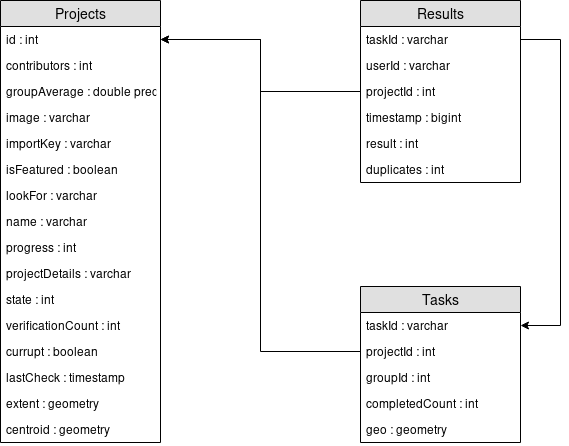
Above: docs/_static/img/database_schema-analytics.png in mapswipe/python-mapswipe-workers (draw.io), before the change. Source tidied: cells renumbered, new cells last; positions are measured from the earlier drawing's top-left corner, leaving out a move shared by most shapes.
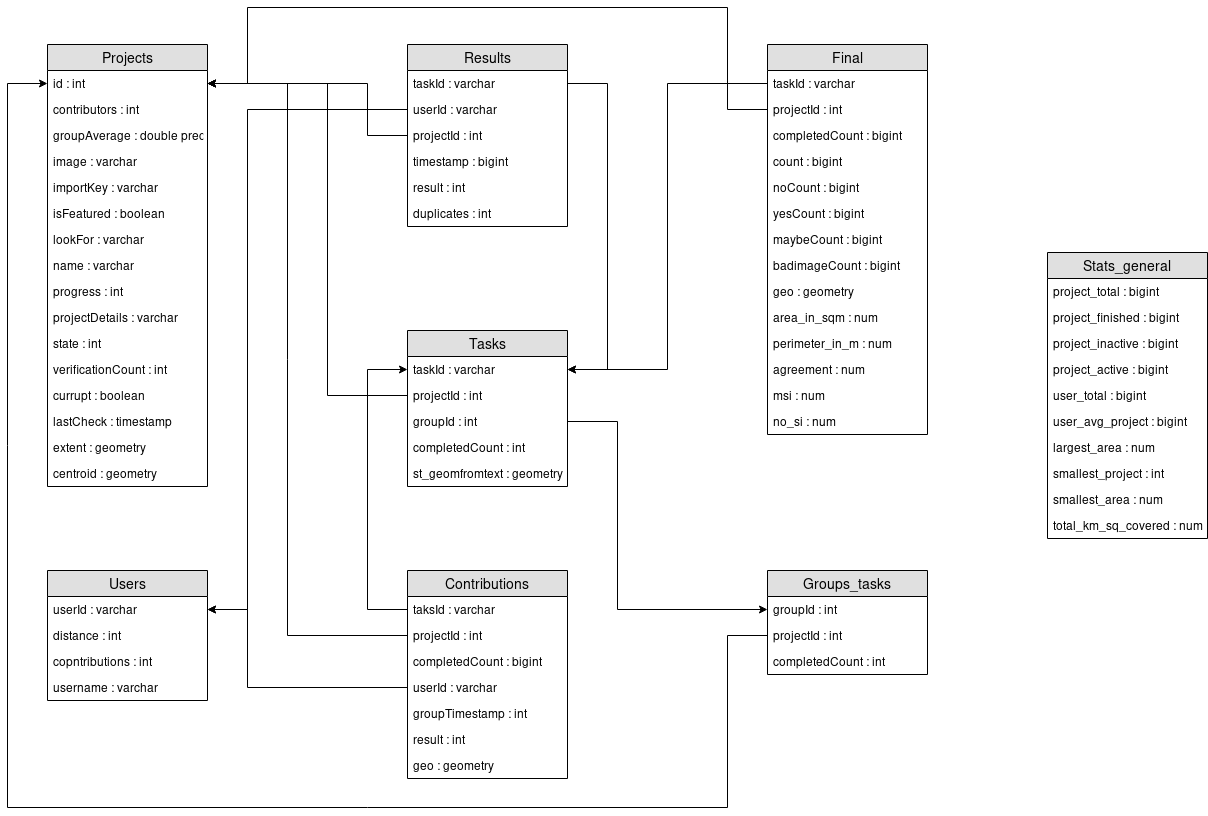
The same file after the commit.

Commit message:
changed analytics database schema

What changed in the source:
```diff
@@ -62,7 +62,12 @@
       </mxGeometry>
     </mxCell>
     <mxCell id="20" style="edgeStyle=orthogonalEdgeStyle;rounded=0;jettySize=auto;html=1;entryX=1;entryY=0.5;entryDx=0;entryDy=0;" parent="1" edge="1" source="21" target="3">
-      <mxGeometry relative="1" as="geometry" />
+      <mxGeometry relative="1" as="geometry">
+        <Array as="points">
+          <mxPoint x="320" y="91" />
+          <mxPoint x="320" y="39" />
+        </Array>
+      </mxGeometry>
     </mxCell>
     <mxCell id="21" value="Results" style="swimlane;fontStyle=0;horizontal=1;startSize=26;fillColor=#e0e0e0;swimlaneFillColor=#ffffff;align=center;fontSize=14;" parent="1" vertex="1">
       <mxGeometry x="360" width="160" height="182" as="geometry" />
@@ -100,11 +105,208 @@
     <mxCell id="32" value="completedCount : int" style="text;strokeColor=none;fillColor=none;spacingLeft=4;spacingRight=4;overflow=hidden;fontSize=12;" parent="28" vertex="1">
       <mxGeometry y="104" width="160" height="26" as="geometry" />
     </mxCell>
-    <mxCell id="33" value="geo : geometry" style="text;strokeColor=none;fillColor=none;spacingLeft=4;spacingRight=4;overflow=hidden;fontSize=12;" parent="28" vertex="1">
+    <mxCell id="33" value="st_geomfromtext : geometry" style="text;strokeColor=none;fillColor=none;spacingLeft=4;spacingRight=4;overflow=hidden;fontSize=12;" parent="28" vertex="1">
       <mxGeometry y="130" width="160" height="26" as="geometry" />
     </mxCell>
     <mxCell id="34" style="edgeStyle=orthogonalEdgeStyle;rounded=0;jettySize=auto;html=1;entryX=1;entryY=0.5;entryDx=0;entryDy=0;exitX=0;exitY=0.5;exitDx=0;exitDy=0;" parent="1" edge="1" source="30" target="3">
-      <mxGeometry relative="1" as="geometry" />
+      <mxGeometry relative="1" as="geometry">
+        <Array as="points">
+          <mxPoint x="280" y="351" />
+          <mxPoint x="280" y="39" />
+        </Array>
+      </mxGeometry>
     </mxCell>
+    <mxCell id="35" value="Contributions" style="swimlane;fontStyle=0;horizontal=1;startSize=26;fillColor=#e0e0e0;swimlaneFillColor=#ffffff;align=center;fontSize=14;" parent="1" vertex="1">
+      <mxGeometry x="360" y="526" width="160" height="208" as="geometry" />
+    </mxCell>
+    <mxCell id="36" value="taksId : varchar" style="text;strokeColor=none;fillColor=none;spacingLeft=4;spacingRight=4;overflow=hidden;points=[[0,0.5],[1,0.5]];portConstraint=eastwest;fontSize=12;" parent="35" vertex="1">
+      <mxGeometry y="26" width="160" height="26" as="geometry" />
+    </mxCell>
+    <mxCell id="37" value="projectId : int" style="text;strokeColor=none;fillColor=none;spacingLeft=4;spacingRight=4;overflow=hidden;points=[[0,0.5],[1,0.5]];portConstraint=eastwest;fontSize=12;" parent="35" vertex="1">
+      <mxGeometry y="52" width="160" height="26" as="geometry" />
+    </mxCell>
+    <mxCell id="38" value="completedCount : bigint" style="text;strokeColor=none;fillColor=none;spacingLeft=4;spacingRight=4;overflow=hidden;fontSize=12;" parent="35" vertex="1">
+      <mxGeometry y="78" width="160" height="26" as="geometry" />
+    </mxCell>
+    <mxCell id="39" value="userId : varchar" style="text;strokeColor=none;fillColor=none;spacingLeft=4;spacingRight=4;overflow=hidden;points=[[0,0.5],[1,0.5]];portConstraint=eastwest;fontSize=12;" parent="35" vertex="1">
+      <mxGeometry y="104" width="160" height="26" as="geometry" />
+    </mxCell>
+    <mxCell id="40" value="groupTimestamp : int" style="text;strokeColor=none;fillColor=none;spacingLeft=4;spacingRight=4;overflow=hidden;fontSize=12;" parent="35" vertex="1">
+      <mxGeometry y="130" width="160" height="26" as="geometry" />
+    </mxCell>
+    <mxCell id="41" value="result : int" style="text;strokeColor=none;fillColor=none;spacingLeft=4;spacingRight=4;overflow=hidden;fontSize=12;" parent="35" vertex="1">
+      <mxGeometry y="156" width="160" height="26" as="geometry" />
+    </mxCell>
+    <mxCell id="42" value="geo : geometry" style="text;strokeColor=none;fillColor=none;spacingLeft=4;spacingRight=4;overflow=hidden;fontSize=12;" parent="35" vertex="1">
+      <mxGeometry y="182" width="160" height="26" as="geometry" />
+    </mxCell>
+    <mxCell id="43" value="Users" style="swimlane;fontStyle=0;horizontal=1;startSize=26;fillColor=#e0e0e0;swimlaneFillColor=#ffffff;align=center;fontSize=14;" parent="1" vertex="1">
+      <mxGeometry y="526" width="160" height="130" as="geometry" />
+    </mxCell>
+    <mxCell id="44" value="userId : varchar" style="text;strokeColor=none;fillColor=none;spacingLeft=4;spacingRight=4;overflow=hidden;points=[[0,0.5],[1,0.5]];portConstraint=eastwest;fontSize=12;" parent="43" vertex="1">
+      <mxGeometry y="26" width="160" height="26" as="geometry" />
+    </mxCell>
+    <mxCell id="45" value="distance : int" style="text;strokeColor=none;fillColor=none;spacingLeft=4;spacingRight=4;overflow=hidden;fontSize=12;" parent="43" vertex="1">
+      <mxGeometry y="52" width="160" height="26" as="geometry" />
+    </mxCell>
+    <mxCell id="46" value="copntributions : int" style="text;strokeColor=none;fillColor=none;spacingLeft=4;spacingRight=4;overflow=hidden;fontSize=12;" parent="43" vertex="1">
+      <mxGeometry y="78" width="160" height="26" as="geometry" />
+    </mxCell>
+    <mxCell id="47" value="username : varchar" style="text;strokeColor=none;fillColor=none;spacingLeft=4;spacingRight=4;overflow=hidden;fontSize=12;" parent="43" vertex="1">
+      <mxGeometry y="104" width="160" height="26" as="geometry" />
+    </mxCell>
+    <mxCell id="48" value="Stats_general" style="swimlane;fontStyle=0;horizontal=1;startSize=26;fillColor=#e0e0e0;swimlaneFillColor=#ffffff;align=center;fontSize=14;" parent="1" vertex="1">
+      <mxGeometry x="1000" y="208" width="160" height="286" as="geometry" />
+    </mxCell>
+    <mxCell id="49" value="project_total : bigint" style="text;strokeColor=none;fillColor=none;spacingLeft=4;spacingRight=4;overflow=hidden;fontSize=12;" parent="48" vertex="1">
+      <mxGeometry y="26" width="160" height="26" as="geometry" />
+    </mxCell>
+    <mxCell id="50" value="project_finished : bigint" style="text;strokeColor=none;fillColor=none;spacingLeft=4;spacingRight=4;overflow=hidden;fontSize=12;" parent="48" vertex="1">
+      <mxGeometry y="52" width="160" height="26" as="geometry" />
+    </mxCell>
+    <mxCell id="51" value="project_inactive : bigint" style="text;strokeColor=none;fillColor=none;spacingLeft=4;spacingRight=4;overflow=hidden;fontSize=12;" parent="48" vertex="1">
+      <mxGeometry y="78" width="160" height="26" as="geometry" />
+    </mxCell>
+    <mxCell id="52" value="project_active : bigint" style="text;strokeColor=none;fillColor=none;spacingLeft=4;spacingRight=4;overflow=hidden;fontSize=12;" parent="48" vertex="1">
+      <mxGeometry y="104" width="160" height="26" as="geometry" />
+    </mxCell>
+    <mxCell id="53" value="user_total : bigint" style="text;strokeColor=none;fillColor=none;spacingLeft=4;spacingRight=4;overflow=hidden;fontSize=12;" parent="48" vertex="1">
+      <mxGeometry y="130" width="160" height="26" as="geometry" />
+    </mxCell>
+    <mxCell id="54" value="user_avg_project : bigint" style="text;strokeColor=none;fillColor=none;spacingLeft=4;spacingRight=4;overflow=hidden;fontSize=12;" parent="48" vertex="1">
+      <mxGeometry y="156" width="160" height="26" as="geometry" />
+    </mxCell>
+    <mxCell id="55" value="largest_area : num" style="text;strokeColor=none;fillColor=none;spacingLeft=4;spacingRight=4;overflow=hidden;fontSize=12;" parent="48" vertex="1">
+      <mxGeometry y="182" width="160" height="26" as="geometry" />
+    </mxCell>
+    <mxCell id="56" value="smallest_project : int" style="text;strokeColor=none;fillColor=none;spacingLeft=4;spacingRight=4;overflow=hidden;fontSize=12;" parent="48" vertex="1">
+      <mxGeometry y="208" width="160" height="26" as="geometry" />
+    </mxCell>
+    <mxCell id="57" value="smallest_area : num" style="text;strokeColor=none;fillColor=none;spacingLeft=4;spacingRight=4;overflow=hidden;fontSize=12;" parent="48" vertex="1">
+      <mxGeometry y="234" width="160" height="26" as="geometry" />
+    </mxCell>
+    <mxCell id="58" value="total_km_sq_covered : num" style="text;strokeColor=none;fillColor=none;spacingLeft=4;spacingRight=4;overflow=hidden;fontSize=12;" parent="48" vertex="1">
+      <mxGeometry y="260" width="160" height="26" as="geometry" />
+    </mxCell>
+    <mxCell id="59" value="Groups_tasks" style="swimlane;fontStyle=0;horizontal=1;startSize=26;fillColor=#e0e0e0;swimlaneFillColor=#ffffff;align=center;fontSize=14;" parent="1" vertex="1">
+      <mxGeometry x="720" y="526" width="160" height="104" as="geometry" />
+    </mxCell>
+    <mxCell id="60" value="groupId : int" style="text;strokeColor=none;fillColor=none;spacingLeft=4;spacingRight=4;overflow=hidden;points=[[0,0.5],[1,0.5]];portConstraint=eastwest;fontSize=12;" parent="59" vertex="1">
+      <mxGeometry y="26" width="160" height="26" as="geometry" />
+    </mxCell>
+    <mxCell id="61" value="projectId : int" style="text;strokeColor=none;fillColor=none;spacingLeft=4;spacingRight=4;overflow=hidden;points=[[0,0.5],[1,0.5]];portConstraint=eastwest;fontSize=12;" parent="59" vertex="1">
+      <mxGeometry y="52" width="160" height="26" as="geometry" />
+    </mxCell>
+    <mxCell id="62" value="completedCount : int" style="text;strokeColor=none;fillColor=none;spacingLeft=4;spacingRight=4;overflow=hidden;fontSize=12;" parent="59" vertex="1">
+      <mxGeometry y="78" width="160" height="26" as="geometry" />
+    </mxCell>
+    <mxCell id="63" value="Final" style="swimlane;fontStyle=0;horizontal=1;startSize=26;fillColor=#e0e0e0;swimlaneFillColor=#ffffff;align=center;fontSize=14;" parent="1" vertex="1">
+      <mxGeometry x="720" width="160" height="390" as="geometry" />
+    </mxCell>
+    <mxCell id="64" value="taskId : varchar" style="text;strokeColor=none;fillColor=none;spacingLeft=4;spacingRight=4;overflow=hidden;points=[[0,0.5],[1,0.5]];portConstraint=eastwest;fontSize=12;" parent="63" vertex="1">
+      <mxGeometry y="26" width="160" height="26" as="geometry" />
+    </mxCell>
+    <mxCell id="65" value="projectId : int" style="text;strokeColor=none;fillColor=none;spacingLeft=4;spacingRight=4;overflow=hidden;points=[[0,0.5],[1,0.5]];portConstraint=eastwest;fontSize=12;" parent="63" vertex="1">
+      <mxGeometry y="52" width="160" height="26" as="geometry" />
+    </mxCell>
+    <mxCell id="66" value="completedCount : bigint" style="text;strokeColor=none;fillColor=none;spacingLeft=4;spacingRight=4;overflow=hidden;fontSize=12;" parent="63" vertex="1">
+      <mxGeometry y="78" width="160" height="26" as="geometry" />
+    </mxCell>
+    <mxCell id="67" value="count : bigint" style="text;strokeColor=none;fillColor=none;spacingLeft=4;spacingRight=4;overflow=hidden;fontSize=12;" parent="63" vertex="1">
+      <mxGeometry y="104" width="160" height="26" as="geometry" />
+    </mxCell>
+    <mxCell id="68" value="noCount : bigint" style="text;strokeColor=none;fillColor=none;spacingLeft=4;spacingRight=4;overflow=hidden;fontSize=12;" parent="63" vertex="1">
+      <mxGeometry y="130" width="160" height="26" as="geometry" />
+    </mxCell>
+    <mxCell id="69" value="yesCount : bigint" style="text;strokeColor=none;fillColor=none;spacingLeft=4;spacingRight=4;overflow=hidden;fontSize=12;" parent="63" vertex="1">
+      <mxGeometry y="156" width="160" height="26" as="geometry" />
+    </mxCell>
+    <mxCell id="70" value="maybeCount : bigint" style="text;strokeColor=none;fillColor=none;spacingLeft=4;spacingRight=4;overflow=hidden;fontSize=12;" parent="63" vertex="1">
+      <mxGeometry y="182" width="160" height="26" as="geometry" />
+    </mxCell>
+    <mxCell id="71" value="badimageCount : bigint" style="text;strokeColor=none;fillColor=none;spacingLeft=4;spacingRight=4;overflow=hidden;fontSize=12;" parent="63" vertex="1">
+      <mxGeometry y="208" width="160" height="26" as="geometry" />
+    </mxCell>
+    <mxCell id="72" value="geo : geometry" style="text;strokeColor=none;fillColor=none;spacingLeft=4;spacingRight=4;overflow=hidden;fontSize=12;" parent="63" vertex="1">
+      <mxGeometry y="234" width="160" height="26" as="geometry" />
+    </mxCell>
+    <mxCell id="73" value="area_in_sqm : num" style="text;strokeColor=none;fillColor=none;spacingLeft=4;spacingRight=4;overflow=hidden;fontSize=12;" parent="63" vertex="1">
+      <mxGeometry y="260" width="160" height="26" as="geometry" />
+    </mxCell>
+    <mxCell id="74" value="perimeter_in_m : num" style="text;strokeColor=none;fillColor=none;spacingLeft=4;spacingRight=4;overflow=hidden;fontSize=12;" parent="63" vertex="1">
+      <mxGeometry y="286" width="160" height="26" as="geometry" />
+    </mxCell>
+    <mxCell id="75" value="agreement : num" style="text;strokeColor=none;fillColor=none;spacingLeft=4;spacingRight=4;overflow=hidden;fontSize=12;" parent="63" vertex="1">
+      <mxGeometry y="312" width="160" height="26" as="geometry" />
+    </mxCell>
+    <mxCell id="76" value="msi : num" style="text;strokeColor=none;fillColor=none;spacingLeft=4;spacingRight=4;overflow=hidden;fontSize=12;" parent="63" vertex="1">
+      <mxGeometry y="338" width="160" height="26" as="geometry" />
+    </mxCell>
+    <mxCell id="77" value="no_si : num" style="text;strokeColor=none;fillColor=none;spacingLeft=4;spacingRight=4;overflow=hidden;fontSize=12;" parent="63" vertex="1">
+      <mxGeometry y="364" width="160" height="26" as="geometry" />
+    </mxCell>
+    <mxCell id="78" style="edgeStyle=orthogonalEdgeStyle;rounded=0;jettySize=auto;html=1;exitX=0;exitY=0.5;exitDx=0;exitDy=0;" parent="1" edge="1" source="64" target="29">
+      <mxGeometry relative="1" as="geometry" />
+    </mxCell>
+    <mxCell id="79" style="edgeStyle=orthogonalEdgeStyle;rounded=0;jettySize=auto;html=1;exitX=0;exitY=0.5;exitDx=0;exitDy=0;" parent="1" edge="1" source="65" target="3">
+      <mxGeometry relative="1" as="geometry">
+        <Array as="points">
+          <mxPoint x="680" y="65" />
+          <mxPoint x="680" y="-37" />
+          <mxPoint x="200" y="-37" />
+          <mxPoint x="200" y="39" />
+        </Array>
+      </mxGeometry>
+    </mxCell>
+    <mxCell id="80" style="edgeStyle=orthogonalEdgeStyle;rounded=0;jettySize=auto;html=1;exitX=0;exitY=0.5;exitDx=0;exitDy=0;entryX=0;entryY=0.5;entryDx=0;entryDy=0;" parent="1" edge="1" source="36" target="29">
+      <mxGeometry relative="1" as="geometry">
+        <Array as="points">
+          <mxPoint x="320" y="565" />
+          <mxPoint x="320" y="325" />
+        </Array>
+      </mxGeometry>
+    </mxCell>
+    <mxCell id="81" style="edgeStyle=orthogonalEdgeStyle;rounded=0;jettySize=auto;html=1;exitX=0;exitY=0.5;exitDx=0;exitDy=0;entryX=1;entryY=0.5;entryDx=0;entryDy=0;" parent="1" edge="1" source="37" target="3">
+      <mxGeometry relative="1" as="geometry">
+        <Array as="points">
+          <mxPoint x="240" y="591" />
+          <mxPoint x="240" y="39" />
+        </Array>
+      </mxGeometry>
+    </mxCell>
+    <mxCell id="82" style="edgeStyle=orthogonalEdgeStyle;rounded=0;jettySize=auto;html=1;exitX=0;exitY=0.5;exitDx=0;exitDy=0;entryX=1;entryY=0.5;entryDx=0;entryDy=0;" parent="1" edge="1" source="39" target="44">
+      <mxGeometry relative="1" as="geometry">
+        <Array as="points">
+          <mxPoint x="200" y="643" />
+          <mxPoint x="200" y="565" />
+        </Array>
+      </mxGeometry>
+    </mxCell>
+    <mxCell id="83" style="edgeStyle=orthogonalEdgeStyle;rounded=0;jettySize=auto;html=1;exitX=0;exitY=0.5;exitDx=0;exitDy=0;entryX=1;entryY=0.5;entryDx=0;entryDy=0;" parent="1" edge="1" source="23" target="44">
+      <mxGeometry relative="1" as="geometry">
+        <Array as="points">
+          <mxPoint x="200" y="65" />
+          <mxPoint x="200" y="565" />
+        </Array>
+      </mxGeometry>
+    </mxCell>
+    <mxCell id="84" style="edgeStyle=orthogonalEdgeStyle;rounded=0;jettySize=auto;html=1;exitX=1;exitY=0.5;exitDx=0;exitDy=0;entryX=0;entryY=0.5;entryDx=0;entryDy=0;" parent="1" edge="1" source="31" target="60">
+      <mxGeometry relative="1" as="geometry">
+        <Array as="points">
+          <mxPoint x="570" y="377" />
+          <mxPoint x="570" y="565" />
+        </Array>
+      </mxGeometry>
+    </mxCell>
+    <mxCell id="85" style="edgeStyle=orthogonalEdgeStyle;rounded=0;jettySize=auto;html=1;exitX=0;exitY=0.5;exitDx=0;exitDy=0;entryX=0;entryY=0.5;entryDx=0;entryDy=0;" parent="1" edge="1" source="61" target="3">
+      <mxGeometry relative="1" as="geometry">
+        <Array as="points">
+          <mxPoint x="680" y="591" />
+          <mxPoint x="680" y="763" />
+          <mxPoint x="-40" y="763" />
+          <mxPoint x="-40" y="39" />
+        </Array>
+      </mxGeometry>
+    </mxCell>
   </root>
 </mxGraphModel>
```
